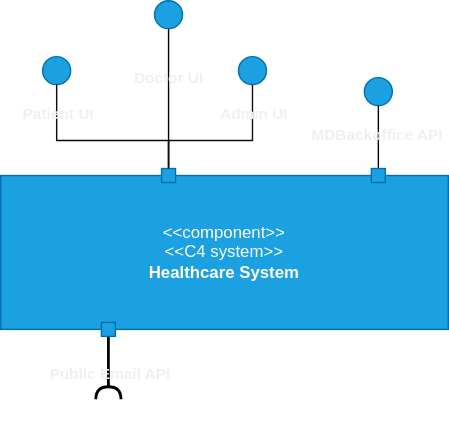
Earlier version of the draw.io export docs/sprint-2/team-decisions/views/logical-view/healthcare_system_vl1.svg (rita-barbosa/LAPR5-2425). Source tidied: cells renumbered, new cells last; positions are measured from the earlier drawing's top-left corner, leaving out a move shared by most shapes.
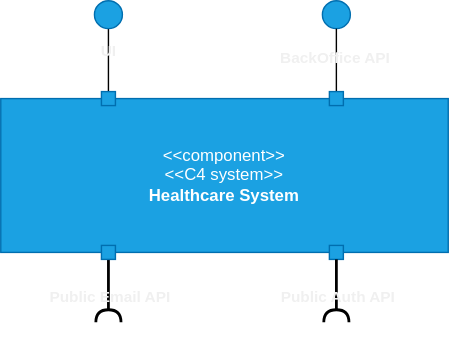
Above is the later version.

Change to the diagram source:
```diff
@@ -6,7 +6,7 @@
       <mxGeometry y="125" width="320" height="110" as="geometry" />
     </mxCell>
     <mxCell id="3" style="group;" parent="1" vertex="1">
-      <mxGeometry x="260" y="55" width="20" height="75" as="geometry" />
+      <mxGeometry x="230" y="55" width="20" height="75" as="geometry" />
     </mxCell>
     <mxCell id="4" style="ellipse;whiteSpace=wrap;html=1;fillColor=#1ba1e2;fontColor=#ffffff;strokeColor=#006EAF;" parent="3" vertex="1">
       <mxGeometry width="20" height="20" as="geometry" />
@@ -16,59 +16,15 @@
         <mxPoint x="10" y="65" as="targetPoint" />
       </mxGeometry>
     </mxCell>
-    <mxCell id="6" value="MDBackoffice API" style="edgeLabel;html=1;align=center;verticalAlign=middle;fontStyle=1;labelBackgroundColor=none;" parent="5" vertex="1">
+    <mxCell id="6" value="BackOffice API" style="edgeLabel;html=1;align=center;verticalAlign=middle;fontStyle=1;labelBackgroundColor=none;" parent="5" vertex="1">
       <mxGeometry x="-0.11" y="-2" relative="1" as="geometry" />
     </mxCell>
     <mxCell id="7" style="rounded=0;whiteSpace=wrap;html=1;fillColor=#1ba1e2;fontColor=#ffffff;strokeColor=#006EAF;" parent="3" vertex="1">
       <mxGeometry x="5" y="65" width="10" height="10" as="geometry" />
     </mxCell>
-    <mxCell id="8" style="group;" parent="1" vertex="1">
-      <mxGeometry x="30" width="160" height="130" as="geometry" />
-    </mxCell>
-    <mxCell id="9" style="edgeStyle=orthogonalEdgeStyle;rounded=0;jettySize=auto;html=1;entryX=0.5;entryY=0;entryDx=0;entryDy=0;endArrow=none;endFill=0;strokeColor=#000000;" parent="8" edge="1" source="11" target="15">
-      <mxGeometry relative="1" as="geometry" />
-    </mxCell>
-    <mxCell id="10" value="Doctor UI" style="edgeLabel;html=1;align=center;verticalAlign=middle;labelBackgroundColor=none;fontStyle=1;" parent="9" vertex="1">
-      <mxGeometry x="-0.33" y="-1" relative="1" as="geometry" />
-    </mxCell>
-    <mxCell id="11" style="ellipse;whiteSpace=wrap;html=1;fillColor=#1ba1e2;fontColor=#ffffff;strokeColor=#006EAF;" parent="8" vertex="1">
-      <mxGeometry x="80" width="20" height="20" as="geometry" />
-    </mxCell>
-    <mxCell id="12" style="ellipse;whiteSpace=wrap;html=1;fillColor=#1ba1e2;fontColor=#ffffff;strokeColor=#006EAF;" parent="8" vertex="1">
-      <mxGeometry y="40" width="20" height="20" as="geometry" />
-    </mxCell>
-    <mxCell id="13" style="edgeStyle=orthogonalEdgeStyle;rounded=0;jettySize=auto;html=1;exitX=0.5;exitY=0;exitDx=0;exitDy=0;entryX=0.5;entryY=1;entryDx=0;entryDy=0;endArrow=none;endFill=0;strokeColor=#0A0A0A;" parent="8" edge="1" source="15" target="12">
-      <mxGeometry relative="1" as="geometry">
-        <Array as="points">
-          <mxPoint x="90" y="100" />
-          <mxPoint x="10" y="100" />
-        </Array>
-      </mxGeometry>
-    </mxCell>
-    <mxCell id="14" value="Patient UI" style="edgeLabel;html=1;align=center;verticalAlign=middle;labelBackgroundColor=none;fontStyle=1;" parent="13" vertex="1">
-      <mxGeometry x="0.81" y="1" relative="1" as="geometry">
-        <mxPoint x="1" y="7" as="offset" />
-      </mxGeometry>
-    </mxCell>
-    <mxCell id="15" style="rounded=0;whiteSpace=wrap;html=1;fillColor=#1ba1e2;fontColor=#ffffff;strokeColor=#006EAF;" parent="8" vertex="1">
-      <mxGeometry x="85" y="120" width="10" height="10" as="geometry" />
-    </mxCell>
-    <mxCell id="16" style="edgeStyle=orthogonalEdgeStyle;rounded=0;jettySize=auto;html=1;entryX=0.5;entryY=0;entryDx=0;entryDy=0;endArrow=none;endFill=0;strokeColor=#0F0F0F;" parent="8" edge="1" source="18" target="15">
-      <mxGeometry relative="1" as="geometry">
-        <Array as="points">
-          <mxPoint x="150" y="100" />
-          <mxPoint x="90" y="100" />
-        </Array>
-      </mxGeometry>
-    </mxCell>
-    <mxCell id="17" value="Admin UI" style="edgeLabel;html=1;align=center;verticalAlign=middle;labelBackgroundColor=none;fontStyle=1;" parent="16" vertex="1">
-      <mxGeometry x="-0.79" relative="1" as="geometry">
-        <mxPoint y="7" as="offset" />
-      </mxGeometry>
-    </mxCell>
-    <mxCell id="18" style="ellipse;whiteSpace=wrap;html=1;fillColor=#1ba1e2;fontColor=#ffffff;strokeColor=#006EAF;" parent="8" vertex="1">
-      <mxGeometry x="140" y="40" width="20" height="20" as="geometry" />
-    </mxCell>
+    <mxCell id="23" style="rounded=0;whiteSpace=wrap;html=1;fillColor=#1ba1e2;fontColor=#ffffff;strokeColor=#006EAF;rotation=-180;" parent="3" vertex="1">
+      <mxGeometry x="5" y="175" width="10" height="10" as="geometry" />
+    </mxCell>
     <mxCell id="19" style="group;rotation=-180;" parent="1" vertex="1">
       <mxGeometry x="67" y="230" width="20" height="75" as="geometry" />
     </mxCell>
@@ -84,5 +40,29 @@
     <mxCell id="22" style="rounded=0;whiteSpace=wrap;html=1;fillColor=#1ba1e2;fontColor=#ffffff;strokeColor=#006EAF;rotation=-180;" parent="19" vertex="1">
       <mxGeometry x="5" width="10" height="10" as="geometry" />
     </mxCell>
+    <mxCell id="9" style="edgeStyle=orthogonalEdgeStyle;rounded=0;jettySize=auto;html=1;entryX=0.5;entryY=0;entryDx=0;entryDy=0;endArrow=none;endFill=0;strokeColor=#000000;" parent="1" edge="1" source="11" target="15">
+      <mxGeometry relative="1" as="geometry" />
+    </mxCell>
+    <mxCell id="10" value="&lt;div&gt;&lt;span style=&quot;background-color: initial;&quot;&gt;UI&lt;/span&gt;&lt;br&gt;&lt;/div&gt;" style="edgeLabel;html=1;align=center;verticalAlign=middle;labelBackgroundColor=none;fontStyle=1;" parent="9" vertex="1">
+      <mxGeometry x="-0.33" y="-1" relative="1" as="geometry" />
+    </mxCell>
+    <mxCell id="11" style="ellipse;whiteSpace=wrap;html=1;fillColor=#1ba1e2;fontColor=#ffffff;strokeColor=#006EAF;" parent="1" vertex="1">
+      <mxGeometry x="67" y="55" width="20" height="20" as="geometry" />
+    </mxCell>
+    <mxCell id="15" style="rounded=0;whiteSpace=wrap;html=1;fillColor=#1ba1e2;fontColor=#ffffff;strokeColor=#006EAF;" parent="1" vertex="1">
+      <mxGeometry x="72" y="120" width="10" height="10" as="geometry" />
+    </mxCell>
+    <mxCell id="24" style="group;rotation=-180;" parent="1" vertex="1">
+      <mxGeometry x="230" y="230" width="20" height="75" as="geometry" />
+    </mxCell>
+    <mxCell id="25" style="edgeStyle=orthogonalEdgeStyle;rounded=0;orthogonalLoop=1;jettySize=auto;html=1;entryX=0.5;entryY=0;entryDx=0;entryDy=0;endArrow=none;endFill=0;fontColor=#000000;strokeColor=#000000;startArrow=halfCircle;startFill=0;strokeWidth=2;" parent="24" edge="1">
+      <mxGeometry relative="1" as="geometry">
+        <mxPoint x="10" y="55" as="sourcePoint" />
+        <mxPoint x="10" y="10" as="targetPoint" />
+      </mxGeometry>
+    </mxCell>
+    <mxCell id="26" value="Public Auth API" style="edgeLabel;html=1;align=center;verticalAlign=middle;labelBackgroundColor=none;fontStyle=1;" parent="25" vertex="1">
+      <mxGeometry x="-0.15" relative="1" as="geometry" />
+    </mxCell>
   </root>
 </mxGraphModel>
```
